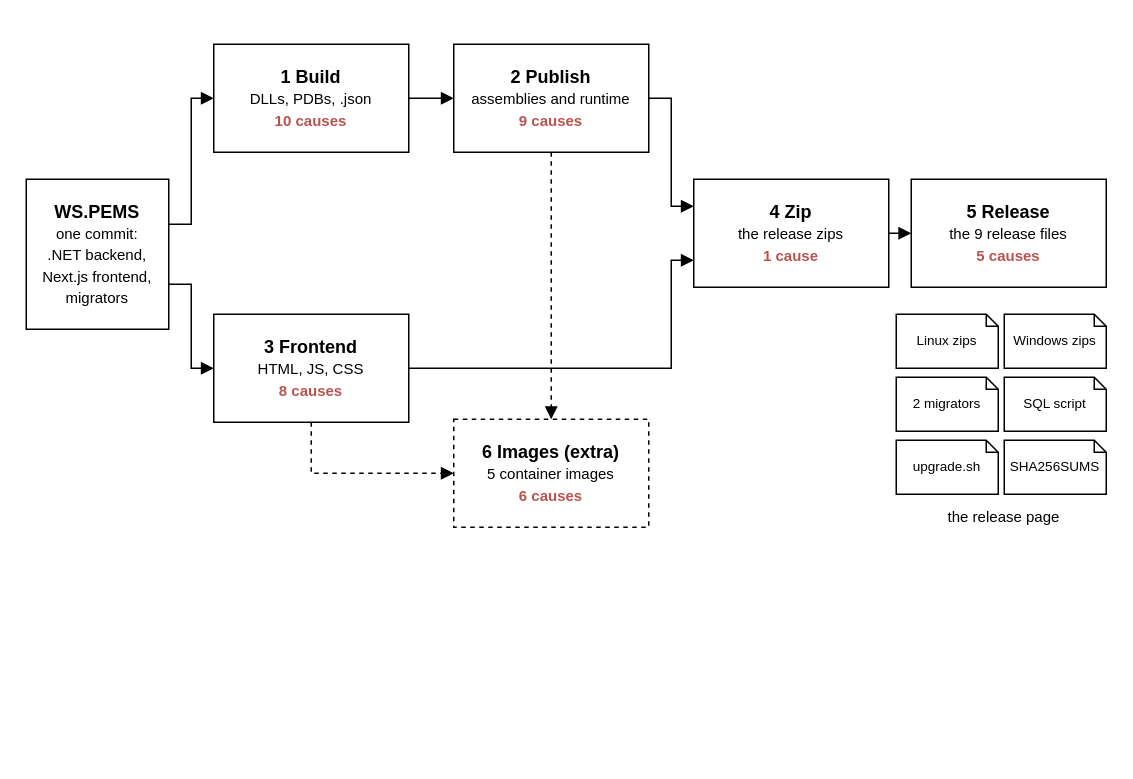
Earlier version of the draw.io diagram 1-ws-pems/figures/rq1-stages-overview.drawio (leosakharoff/dotnet-rebuild-experiments). Source tidied: cells renumbered, new cells numbered last; positions are measured from the earlier drawing's top-left corner, leaving out a move shared by most shapes. Both pictures are drawn from the tidied source at 150%, with x=0, y=0 at pixel (26, 44).
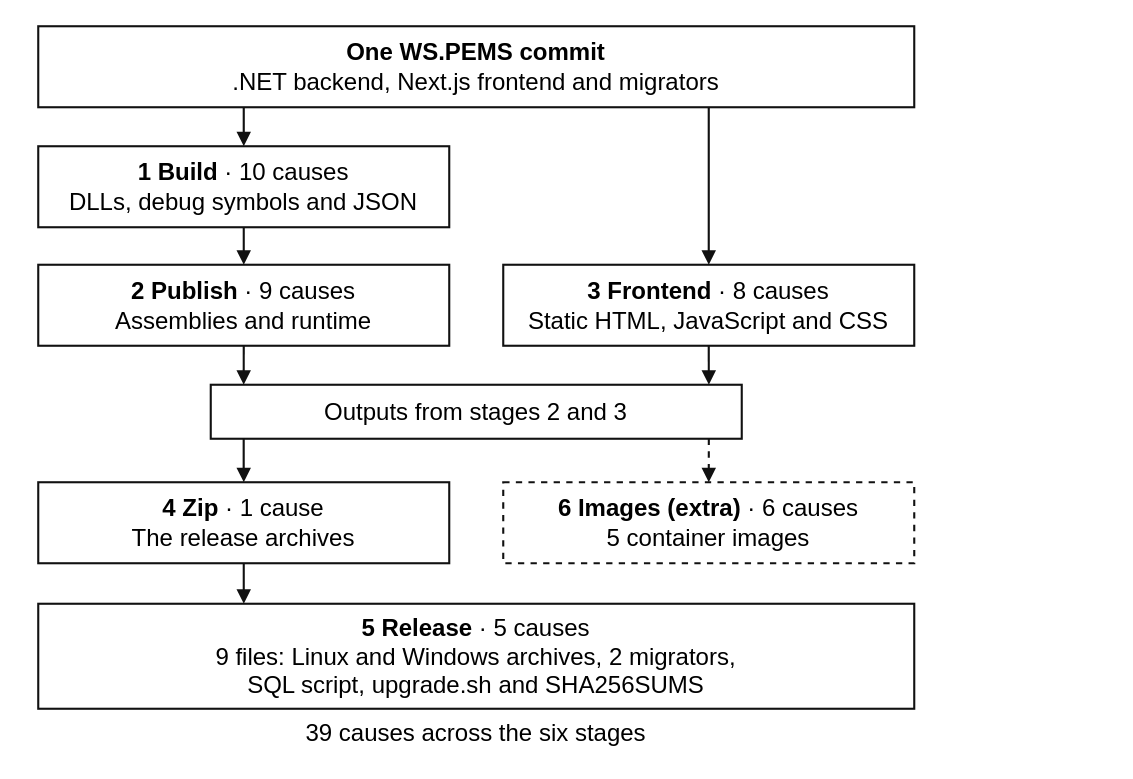
After the change.

Commit message (it also covers changes not shown here):
RQ1 figures redrawn by Codex: vertical, larger text, the release's nine files named in its box

The edit, as a diff of the source:
```diff
@@
-    <mxCell id="2" value="&lt;b&gt;WS.PEMS&lt;/b&gt;&lt;br&gt;&lt;span style='font-size:10px'&gt;one commit:&lt;br&gt;.NET backend,&lt;br&gt;Next.js frontend,&lt;br&gt;migrators&lt;/span&gt;" style="rounded=0;whiteSpace=wrap;html=1;fillColor=#FFFFFF;strokeColor=#000000;strokeWidth=1;fontSize=12;fontFamily=Helvetica;fontColor=#000000;" parent="1" vertex="1">
-      <mxGeometry y="90" width="95" height="100" as="geometry" />
-    </mxCell>
-    <mxCell id="3" value="&lt;b&gt;1 Build&lt;/b&gt;&lt;br&gt;&lt;span style='font-size:10px'&gt;DLLs, PDBs, .json&lt;/span&gt;&lt;br&gt;&lt;span style='font-size:10px;color:#B85450'&gt;&lt;b&gt;10 causes&lt;/b&gt;&lt;/span&gt;" style="rounded=0;whiteSpace=wrap;html=1;fillColor=#FFFFFF;strokeColor=#000000;strokeWidth=1;fontSize=12;fontFamily=Helvetica;fontColor=#000000;" parent="1" vertex="1">
-      <mxGeometry x="125" width="130" height="72" as="geometry" />
-    </mxCell>
-    <mxCell id="4" value="&lt;b&gt;2 Publish&lt;/b&gt;&lt;br&gt;&lt;span style='font-size:10px'&gt;assemblies and runtime&lt;/span&gt;&lt;br&gt;&lt;span style='font-size:10px;color:#B85450'&gt;&lt;b&gt;9 causes&lt;/b&gt;&lt;/span&gt;" style="rounded=0;whiteSpace=wrap;html=1;fillColor=#FFFFFF;strokeColor=#000000;strokeWidth=1;fontSize=12;fontFamily=Helvetica;fontColor=#000000;" parent="1" vertex="1">
-      <mxGeometry x="285" width="130" height="72" as="geometry" />
-    </mxCell>
-    <mxCell id="5" value="&lt;b&gt;3 Frontend&lt;/b&gt;&lt;br&gt;&lt;span style='font-size:10px'&gt;HTML, JS, CSS&lt;/span&gt;&lt;br&gt;&lt;span style='font-size:10px;color:#B85450'&gt;&lt;b&gt;8 causes&lt;/b&gt;&lt;/span&gt;" style="rounded=0;whiteSpace=wrap;html=1;fillColor=#FFFFFF;strokeColor=#000000;strokeWidth=1;fontSize=12;fontFamily=Helvetica;fontColor=#000000;" parent="1" vertex="1">
-      <mxGeometry x="125" y="180" width="130" height="72" as="geometry" />
-    </mxCell>
-    <mxCell id="6" value="&lt;b&gt;6 Images (extra)&lt;/b&gt;&lt;br&gt;&lt;span style='font-size:10px'&gt;5 container images&lt;/span&gt;&lt;br&gt;&lt;span style='font-size:10px;color:#B85450'&gt;&lt;b&gt;6 causes&lt;/b&gt;&lt;/span&gt;" style="rounded=0;whiteSpace=wrap;html=1;fillColor=#FFFFFF;strokeColor=#000000;strokeWidth=1;fontSize=12;fontFamily=Helvetica;fontColor=#000000;dashed=1;" parent="1" vertex="1">
-      <mxGeometry x="285" y="250" width="130" height="72" as="geometry" />
-    </mxCell>
-    <mxCell id="7" value="&lt;b&gt;4 Zip&lt;/b&gt;&lt;br&gt;&lt;span style='font-size:10px'&gt;the release zips&lt;/span&gt;&lt;br&gt;&lt;span style='font-size:10px;color:#B85450'&gt;&lt;b&gt;1 cause&lt;/b&gt;&lt;/span&gt;" style="rounded=0;whiteSpace=wrap;html=1;fillColor=#FFFFFF;strokeColor=#000000;strokeWidth=1;fontSize=12;fontFamily=Helvetica;fontColor=#000000;" parent="1" vertex="1">
-      <mxGeometry x="445" y="90" width="130" height="72" as="geometry" />
-    </mxCell>
-    <mxCell id="8" value="&lt;b&gt;5 Release&lt;/b&gt;&lt;br&gt;&lt;span style='font-size:10px'&gt;the 9 release files&lt;/span&gt;&lt;br&gt;&lt;span style='font-size:10px;color:#B85450'&gt;&lt;b&gt;5 causes&lt;/b&gt;&lt;/span&gt;" style="rounded=0;whiteSpace=wrap;html=1;fillColor=#FFFFFF;strokeColor=#000000;strokeWidth=1;fontSize=12;fontFamily=Helvetica;fontColor=#000000;" parent="1" vertex="1">
-      <mxGeometry x="590" y="90" width="130" height="72" as="geometry" />
-    </mxCell>
-    <mxCell id="9" style="edgeStyle=orthogonalEdgeStyle;rounded=0;html=1;endArrow=block;endSize=6;strokeColor=#000000;strokeWidth=1;fontSize=11;fontFamily=Helvetica;fontColor=#000000;exitX=1;exitY=0.3;entryX=0;entryY=0.5;" parent="1" edge="1" source="2" target="3">
-      <mxGeometry relative="1" as="geometry">
-        <Array as="points">
-          <mxPoint x="110" y="120" />
-          <mxPoint x="110" y="36" />
-        </Array>
-      </mxGeometry>
-    </mxCell>
-    <mxCell id="10" style="edgeStyle=orthogonalEdgeStyle;rounded=0;html=1;endArrow=block;endSize=6;strokeColor=#000000;strokeWidth=1;fontSize=11;fontFamily=Helvetica;fontColor=#000000;exitX=1;exitY=0.7;entryX=0;entryY=0.5;" parent="1" edge="1" source="2" target="5">
-      <mxGeometry relative="1" as="geometry">
-        <Array as="points">
-          <mxPoint x="110" y="160" />
-          <mxPoint x="110" y="216" />
-        </Array>
-      </mxGeometry>
-    </mxCell>
-    <mxCell id="11" style="edgeStyle=orthogonalEdgeStyle;rounded=0;html=1;endArrow=block;endSize=6;strokeColor=#000000;strokeWidth=1;fontSize=11;fontFamily=Helvetica;fontColor=#000000;" parent="1" edge="1" source="3" target="4">
-      <mxGeometry relative="1" as="geometry" />
-    </mxCell>
-    <mxCell id="12" style="edgeStyle=orthogonalEdgeStyle;rounded=0;html=1;endArrow=block;endSize=6;strokeColor=#000000;strokeWidth=1;fontSize=11;fontFamily=Helvetica;fontColor=#000000;exitX=1;exitY=0.5;entryX=0;entryY=0.25;" parent="1" edge="1" source="4" target="7">
-      <mxGeometry relative="1" as="geometry">
-        <Array as="points">
-          <mxPoint x="430" y="36" />
-          <mxPoint x="430" y="108" />
-        </Array>
-      </mxGeometry>
-    </mxCell>
-    <mxCell id="13" style="edgeStyle=orthogonalEdgeStyle;rounded=0;html=1;endArrow=block;endSize=6;strokeColor=#000000;strokeWidth=1;fontSize=11;fontFamily=Helvetica;fontColor=#000000;exitX=1;exitY=0.5;entryX=0;entryY=0.75;" parent="1" edge="1" source="5" target="7">
-      <mxGeometry relative="1" as="geometry">
-        <Array as="points">
-          <mxPoint x="430" y="216" />
-          <mxPoint x="430" y="144" />
-        </Array>
-      </mxGeometry>
-    </mxCell>
-    <mxCell id="14" style="edgeStyle=orthogonalEdgeStyle;rounded=0;html=1;endArrow=block;endSize=6;strokeColor=#000000;strokeWidth=1;fontSize=11;fontFamily=Helvetica;fontColor=#000000;" parent="1" edge="1" source="7" target="8">
-      <mxGeometry relative="1" as="geometry" />
-    </mxCell>
-    <mxCell id="15" style="edgeStyle=orthogonalEdgeStyle;rounded=0;html=1;endArrow=block;endSize=6;strokeColor=#000000;strokeWidth=1;fontSize=11;fontFamily=Helvetica;fontColor=#000000;dashed=1;exitX=0.5;exitY=1;entryX=0.5;entryY=0;" parent="1" edge="1" source="4" target="6">
-      <mxGeometry relative="1" as="geometry" />
-    </mxCell>
-    <mxCell id="16" style="edgeStyle=orthogonalEdgeStyle;rounded=0;html=1;endArrow=block;endSize=6;strokeColor=#000000;strokeWidth=1;fontSize=11;fontFamily=Helvetica;fontColor=#000000;dashed=1;exitX=0.5;exitY=1;entryX=0;entryY=0.5;" parent="1" edge="1" source="5" target="6">
-      <mxGeometry relative="1" as="geometry">
-        <Array as="points">
-          <mxPoint x="190" y="286" />
-        </Array>
-      </mxGeometry>
-    </mxCell>
-    <mxCell id="17" value="Linux zips" style="shape=note;size=8;whiteSpace=wrap;html=1;fillColor=#FFFFFF;strokeColor=#000000;strokeWidth=1;fontSize=10;fontFamily=Helvetica;fontColor=#000000;fontSize=9;" parent="1" vertex="1">
-      <mxGeometry x="580" y="180" width="68" height="36" as="geometry" />
-    </mxCell>
-    <mxCell id="18" value="Windows zips" style="shape=note;size=8;whiteSpace=wrap;html=1;fillColor=#FFFFFF;strokeColor=#000000;strokeWidth=1;fontSize=10;fontFamily=Helvetica;fontColor=#000000;fontSize=9;" parent="1" vertex="1">
-      <mxGeometry x="652" y="180" width="68" height="36" as="geometry" />
-    </mxCell>
-    <mxCell id="19" value="2 migrators" style="shape=note;size=8;whiteSpace=wrap;html=1;fillColor=#FFFFFF;strokeColor=#000000;strokeWidth=1;fontSize=10;fontFamily=Helvetica;fontColor=#000000;fontSize=9;" parent="1" vertex="1">
-      <mxGeometry x="580" y="222" width="68" height="36" as="geometry" />
-    </mxCell>
-    <mxCell id="20" value="SQL script" style="shape=note;size=8;whiteSpace=wrap;html=1;fillColor=#FFFFFF;strokeColor=#000000;strokeWidth=1;fontSize=10;fontFamily=Helvetica;fontColor=#000000;fontSize=9;" parent="1" vertex="1">
-      <mxGeometry x="652" y="222" width="68" height="36" as="geometry" />
-    </mxCell>
-    <mxCell id="21" value="upgrade.sh" style="shape=note;size=8;whiteSpace=wrap;html=1;fillColor=#FFFFFF;strokeColor=#000000;strokeWidth=1;fontSize=10;fontFamily=Helvetica;fontColor=#000000;fontSize=9;" parent="1" vertex="1">
-      <mxGeometry x="580" y="264" width="68" height="36" as="geometry" />
-    </mxCell>
-    <mxCell id="22" value="SHA256SUMS" style="shape=note;size=8;whiteSpace=wrap;html=1;fillColor=#FFFFFF;strokeColor=#000000;strokeWidth=1;fontSize=10;fontFamily=Helvetica;fontColor=#000000;fontSize=9;" parent="1" vertex="1">
-      <mxGeometry x="652" y="264" width="68" height="36" as="geometry" />
-    </mxCell>
-    <mxCell id="23" value="the release page" style="text;html=1;align=left;verticalAlign=middle;whiteSpace=wrap;fontSize=11;fontFamily=Helvetica;fontColor=#000000;align=center;fontSize=10;" parent="1" vertex="1">
-      <mxGeometry x="585" y="306" width="134" height="18" as="geometry" />
-    </mxCell>
+    <mxCell id="24" value="&lt;b&gt;One WS.PEMS commit&lt;/b&gt;&lt;br&gt;.NET backend, Next.js frontend and migrators" style="rounded=0;html=1;whiteSpace=wrap;align=center;verticalAlign=middle;spacing=4;fontFamily=Helvetica;fontSize=16;fontColor=#000000;fillColor=#ffffff;strokeColor=#111111;strokeWidth=1.4;" parent="1" vertex="1">
+      <mxGeometry x="8" y="-12" width="584" height="54" as="geometry" />
+    </mxCell>
+    <mxCell id="25" value="&lt;b&gt;1 Build&lt;/b&gt; · 10 causes&lt;br&gt;DLLs, debug symbols and JSON" style="rounded=0;html=1;whiteSpace=wrap;align=center;verticalAlign=middle;spacing=4;fontFamily=Helvetica;fontSize=16;fontColor=#000000;fillColor=#ffffff;strokeColor=#111111;strokeWidth=1.4;" parent="1" vertex="1">
+      <mxGeometry x="8" y="68" width="274" height="54" as="geometry" />
+    </mxCell>
+    <mxCell id="26" value="&lt;b&gt;2 Publish&lt;/b&gt; · 9 causes&lt;br&gt;Assemblies and runtime" style="rounded=0;html=1;whiteSpace=wrap;align=center;verticalAlign=middle;spacing=4;fontFamily=Helvetica;fontSize=16;fontColor=#000000;fillColor=#ffffff;strokeColor=#111111;strokeWidth=1.4;" parent="1" vertex="1">
+      <mxGeometry x="8" y="147" width="274" height="54" as="geometry" />
+    </mxCell>
+    <mxCell id="27" value="&lt;b&gt;3 Frontend&lt;/b&gt; · 8 causes&lt;br&gt;Static HTML, JavaScript and CSS" style="rounded=0;html=1;whiteSpace=wrap;align=center;verticalAlign=middle;spacing=4;fontFamily=Helvetica;fontSize=16;fontColor=#000000;fillColor=#ffffff;strokeColor=#111111;strokeWidth=1.4;" parent="1" vertex="1">
+      <mxGeometry x="318" y="147" width="274" height="54" as="geometry" />
+    </mxCell>
+    <mxCell id="28" value="Outputs from stages 2 and 3" style="rounded=0;html=1;whiteSpace=wrap;align=center;verticalAlign=middle;spacing=4;fontFamily=Helvetica;fontSize=16;fontColor=#000000;fillColor=#ffffff;strokeColor=#111111;strokeWidth=1.4;" parent="1" vertex="1">
+      <mxGeometry x="123" y="227" width="354" height="36" as="geometry" />
+    </mxCell>
+    <mxCell id="29" value="&lt;b&gt;4 Zip&lt;/b&gt; · 1 cause&lt;br&gt;The release archives" style="rounded=0;html=1;whiteSpace=wrap;align=center;verticalAlign=middle;spacing=4;fontFamily=Helvetica;fontSize=16;fontColor=#000000;fillColor=#ffffff;strokeColor=#111111;strokeWidth=1.4;" parent="1" vertex="1">
+      <mxGeometry x="8" y="292" width="274" height="54" as="geometry" />
+    </mxCell>
+    <mxCell id="30" value="&lt;b&gt;6 Images (extra)&lt;/b&gt; · 6 causes&lt;br&gt;5 container images" style="rounded=0;html=1;whiteSpace=wrap;align=center;verticalAlign=middle;spacing=4;fontFamily=Helvetica;fontSize=16;fontColor=#000000;fillColor=#ffffff;strokeColor=#111111;strokeWidth=1.4;dashed=1;" parent="1" vertex="1">
+      <mxGeometry x="318" y="292" width="274" height="54" as="geometry" />
+    </mxCell>
+    <mxCell id="31" value="&lt;b&gt;5 Release&lt;/b&gt; · 5 causes&lt;br&gt;9 files: Linux and Windows archives, 2 migrators,&lt;br&gt;SQL script, upgrade.sh and SHA256SUMS" style="rounded=0;html=1;whiteSpace=wrap;align=center;verticalAlign=middle;spacing=4;fontFamily=Helvetica;fontSize=16;fontColor=#000000;fillColor=#ffffff;strokeColor=#111111;strokeWidth=1.4;" parent="1" vertex="1">
+      <mxGeometry x="8" y="373" width="584" height="70" as="geometry" />
+    </mxCell>
+    <mxCell id="32" value="39 causes across the six stages" style="rounded=0;html=1;whiteSpace=wrap;align=center;verticalAlign=middle;spacing=4;fontFamily=Helvetica;fontSize=16;fontColor=#000000;fillColor=#ffffff;strokeColor=#111111;strokeWidth=1.4;strokeColor=none;fillColor=none;" parent="1" vertex="1">
+      <mxGeometry x="8" y="446" width="584" height="26" as="geometry" />
+    </mxCell>
+    <mxCell id="33" style="edgeStyle=none;rounded=0;html=1;endArrow=block;endFill=1;strokeColor=#111111;strokeWidth=1.4;exitX=0.2346;exitY=1;entryX=0.5;entryY=0;" parent="1" edge="1" source="24" target="25">
+      <mxGeometry relative="1" as="geometry" />
+    </mxCell>
+    <mxCell id="34" style="edgeStyle=none;rounded=0;html=1;endArrow=block;endFill=1;strokeColor=#111111;strokeWidth=1.4;exitX=0.7654;exitY=1;entryX=0.5;entryY=0;" parent="1" edge="1" source="24" target="27">
+      <mxGeometry relative="1" as="geometry" />
+    </mxCell>
+    <mxCell id="35" style="edgeStyle=none;rounded=0;html=1;endArrow=block;endFill=1;strokeColor=#111111;strokeWidth=1.4;exitX=0.5;exitY=1;entryX=0.5;entryY=0;" parent="1" edge="1" source="25" target="26">
+      <mxGeometry relative="1" as="geometry" />
+    </mxCell>
+    <mxCell id="36" style="edgeStyle=none;rounded=0;html=1;endArrow=block;endFill=1;strokeColor=#111111;strokeWidth=1.4;exitX=0.5;exitY=1;entryX=0.062;entryY=0;" parent="1" edge="1" source="26" target="28">
+      <mxGeometry relative="1" as="geometry" />
+    </mxCell>
+    <mxCell id="37" style="edgeStyle=none;rounded=0;html=1;endArrow=block;endFill=1;strokeColor=#111111;strokeWidth=1.4;exitX=0.5;exitY=1;entryX=0.938;entryY=0;" parent="1" edge="1" source="27" target="28">
+      <mxGeometry relative="1" as="geometry" />
+    </mxCell>
+    <mxCell id="38" style="edgeStyle=none;rounded=0;html=1;endArrow=block;endFill=1;strokeColor=#111111;strokeWidth=1.4;exitX=0.062;exitY=1;entryX=0.5;entryY=0;" parent="1" edge="1" source="28" target="29">
+      <mxGeometry relative="1" as="geometry" />
+    </mxCell>
+    <mxCell id="39" style="edgeStyle=none;rounded=0;html=1;endArrow=block;endFill=1;strokeColor=#111111;strokeWidth=1.4;exitX=0.938;exitY=1;entryX=0.5;entryY=0;dashed=1;" parent="1" edge="1" source="28" target="30">
+      <mxGeometry relative="1" as="geometry" />
+    </mxCell>
+    <mxCell id="40" style="edgeStyle=none;rounded=0;html=1;endArrow=block;endFill=1;strokeColor=#111111;strokeWidth=1.4;exitX=0.5;exitY=1;entryX=0.2346;entryY=0;" parent="1" edge="1" source="29" target="31">
+      <mxGeometry relative="1" as="geometry" />
+    </mxCell>
```
